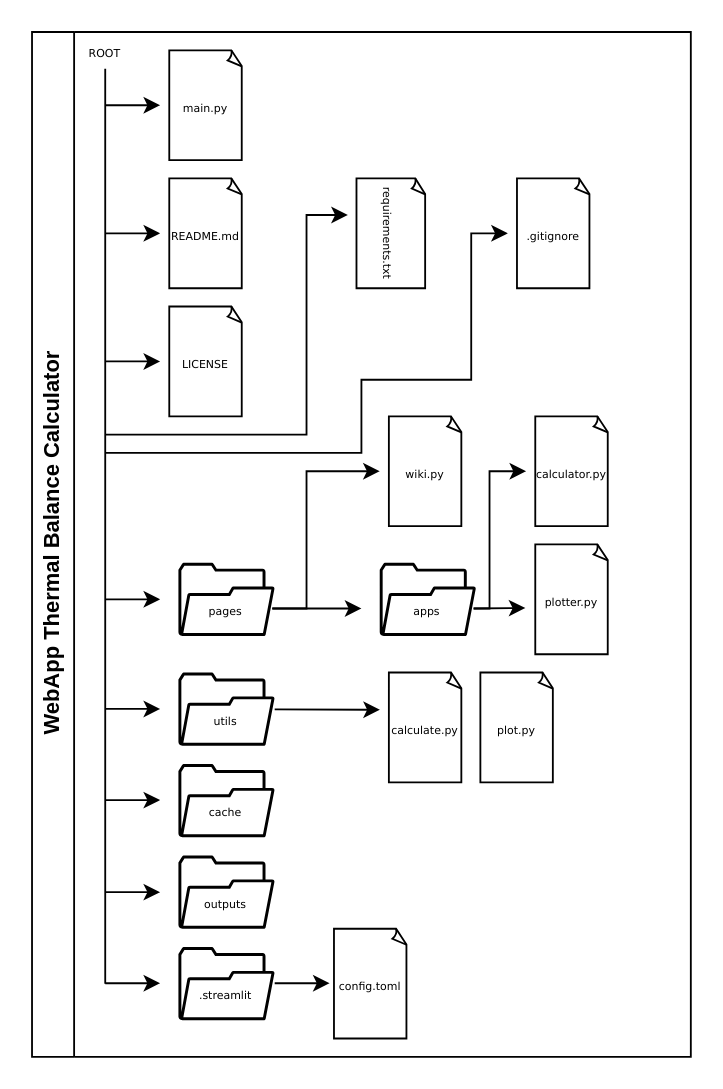
This is docs/Arquitetura_webapp_TBC.drawio from Zac-Milioli/Thermal-Balance-Calculator-APP, a draw.io file, before an edit. Source tidied: cells renumbered, new cells numbered last; positions are measured from the earlier drawing's top-left corner, leaving out a move shared by most shapes. Both pictures are drawn from the tidied source at 183%, with x=0, y=0 at pixel (31, 31).
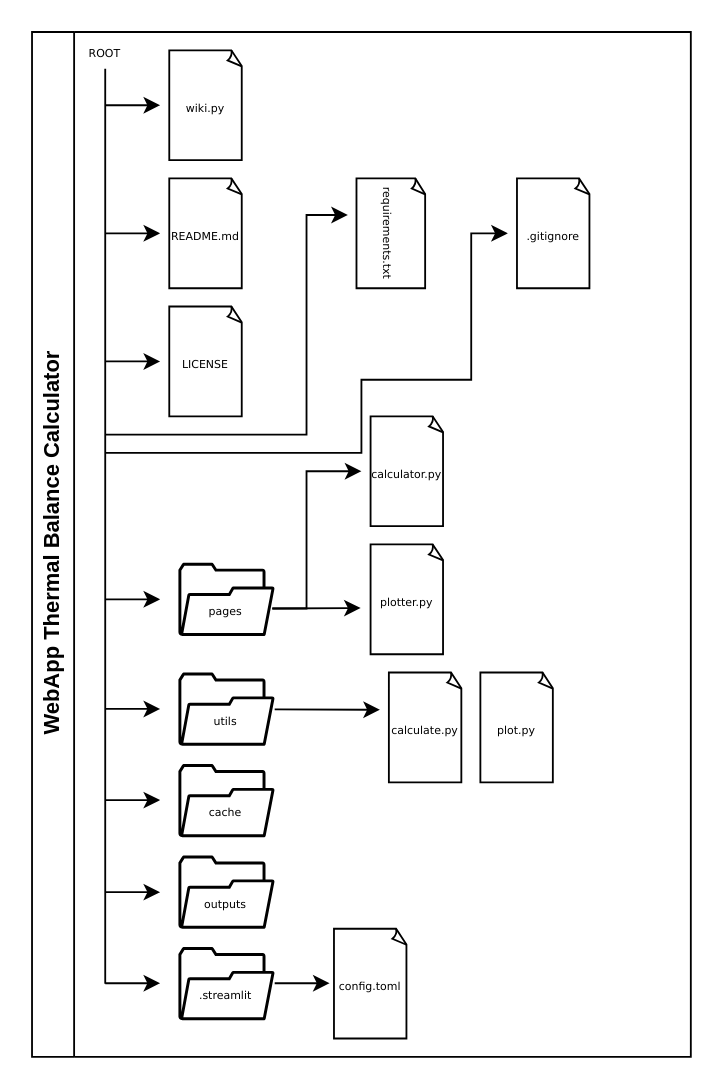
After the change.

The change refers to these unchanged cells:
```xml
<mxCell id="2" value="WebApp Thermal Balance Calculator" style="swimlane;horizontal=0;whiteSpace=wrap;html=1;" parent="1" vertex="1">
  <mxGeometry width="360" height="560" as="geometry" />
</mxCell>
<mxCell id="14" value="&lt;font style=&quot;font-size: 6px;&quot; face=&quot;Verdana&quot;&gt;pages&lt;/font&gt;" style="text;strokeColor=none;align=center;fillColor=none;html=1;verticalAlign=middle;whiteSpace=wrap;rounded=0;" parent="12" vertex="1">
  <mxGeometry x="1.3" y="10" width="50" height="30" as="geometry" />
</mxCell>
<mxCell id="24" style="group;" parent="2" vertex="1">
  <mxGeometry x="70" y="10" width="50" height="60" as="geometry" />
</mxCell>
<mxCell id="29" value="&lt;font face=&quot;Verdana&quot;&gt;&lt;span style=&quot;font-size: 6px;&quot;&gt;calculator.py&lt;/span&gt;&lt;/font&gt;" style="text;strokeColor=none;align=center;fillColor=none;html=1;verticalAlign=middle;whiteSpace=wrap;rounded=0;" parent="27" vertex="1">
  <mxGeometry y="15" width="50" height="30" as="geometry" />
</mxCell>
<mxCell id="32" value="&lt;font face=&quot;Verdana&quot;&gt;&lt;span style=&quot;font-size: 6px;&quot;&gt;plotter.py&lt;/span&gt;&lt;/font&gt;" style="text;strokeColor=none;align=center;fillColor=none;html=1;verticalAlign=middle;whiteSpace=wrap;rounded=0;" parent="30" vertex="1">
  <mxGeometry y="15" width="50" height="30" as="geometry" />
</mxCell>
```

Diff of the diagram source:
```diff
@@
-    <mxCell id="16" style="group;" parent="2" vertex="1">
-      <mxGeometry x="190" y="210" width="50" height="60" as="geometry" />
-    </mxCell>
-    <mxCell id="17" style="whiteSpace=wrap;html=1;shape=mxgraph.basic.document;" parent="16" vertex="1">
-      <mxGeometry x="5" width="40" height="60" as="geometry" />
-    </mxCell>
-    <mxCell id="18" value="&lt;font face=&quot;Verdana&quot;&gt;&lt;span style=&quot;font-size: 6px;&quot;&gt;wiki.py&lt;/span&gt;&lt;/font&gt;" style="text;strokeColor=none;align=center;fillColor=none;html=1;verticalAlign=middle;whiteSpace=wrap;rounded=0;" parent="16" vertex="1">
-      <mxGeometry y="15" width="50" height="30" as="geometry" />
-    </mxCell>
-    <mxCell id="19" style="edgeStyle=none;rounded=0;comic=0;jettySize=auto;html=1;exitX=1;exitY=0.5;exitDx=0;exitDy=0;entryX=0;entryY=0.5;entryDx=0;entryDy=0;shadow=0;strokeColor=default;align=center;verticalAlign=middle;fontFamily=Helvetica;fontSize=11;fontColor=default;labelBackgroundColor=default;startFill=0;endArrow=classic;endFill=1;flowAnimation=0;" parent="2" edge="1" source="14" target="18">
-      <mxGeometry relative="1" as="geometry">
-        <Array as="points">
-          <mxPoint x="150" y="315" />
-          <mxPoint x="150" y="240" />
-        </Array>
-      </mxGeometry>
-    </mxCell>
-    <mxCell id="20" style="group;" parent="2" vertex="1">
-      <mxGeometry x="190" y="290" width="52.6" height="40" as="geometry" />
-    </mxCell>
-    <mxCell id="21" style="sketch=0;shadow=0;dashed=0;html=1;strokeColor=none;fillColor=#000000;labelPosition=center;verticalLabelPosition=bottom;verticalAlign=top;align=center;shape=mxgraph.vvd.folder;fontFamily=Helvetica;fontSize=11;fontColor=default;labelBackgroundColor=default;" parent="20" vertex="1">
-      <mxGeometry width="52.6" height="40" as="geometry" />
-    </mxCell>
-    <mxCell id="22" value="&lt;font style=&quot;font-size: 6px;&quot; face=&quot;Verdana&quot;&gt;apps&lt;/font&gt;" style="text;strokeColor=none;align=center;fillColor=none;html=1;verticalAlign=middle;whiteSpace=wrap;rounded=0;" parent="20" vertex="1">
-      <mxGeometry x="1.3" y="10" width="50" height="30" as="geometry" />
-    </mxCell>
-    <mxCell id="23" style="edgeStyle=none;rounded=0;comic=0;jettySize=auto;html=1;exitX=1;exitY=0.5;exitDx=0;exitDy=0;shadow=0;strokeColor=default;align=center;verticalAlign=middle;fontFamily=Helvetica;fontSize=11;fontColor=default;labelBackgroundColor=default;startFill=0;endArrow=classic;endFill=1;flowAnimation=0;" parent="2" edge="1" source="14">
-      <mxGeometry relative="1" as="geometry">
-        <mxPoint x="180" y="315" as="targetPoint" />
-      </mxGeometry>
-    </mxCell>
@@
-    <mxCell id="26" value="&lt;font style=&quot;font-size: 6px;&quot; face=&quot;Verdana&quot;&gt;main.py&lt;/font&gt;" style="text;strokeColor=none;align=center;fillColor=none;html=1;verticalAlign=middle;whiteSpace=wrap;rounded=0;" parent="24" vertex="1">
+    <mxCell id="26" value="&lt;font style=&quot;font-size: 6px;&quot; face=&quot;Verdana&quot;&gt;wiki.py&lt;/font&gt;" style="text;strokeColor=none;align=center;fillColor=none;html=1;verticalAlign=middle;whiteSpace=wrap;rounded=0;" parent="24" vertex="1">
       <mxGeometry y="15" width="50" height="30" as="geometry" />
     </mxCell>
     <mxCell id="27" style="group;" parent="2" vertex="1">
-      <mxGeometry x="270" y="210" width="50" height="60" as="geometry" />
+      <mxGeometry x="180" y="210" width="50" height="60" as="geometry" />
     </mxCell>
@@
     <mxCell id="30" style="group;" parent="2" vertex="1">
-      <mxGeometry x="270" y="280" width="50" height="60" as="geometry" />
+      <mxGeometry x="180" y="280" width="50" height="60" as="geometry" />
     </mxCell>
@@
-    <mxCell id="33" style="edgeStyle=none;rounded=0;comic=0;jettySize=auto;html=1;exitX=1;exitY=0.5;exitDx=0;exitDy=0;entryX=-0.008;entryY=0.658;entryDx=0;entryDy=0;shadow=0;strokeColor=default;align=center;verticalAlign=middle;fontFamily=Helvetica;fontSize=11;fontColor=default;labelBackgroundColor=default;startFill=0;endArrow=classic;endFill=1;flowAnimation=0;entryPerimeter=0;" parent="2" edge="1" source="22" target="32">
+    <mxCell id="33" style="edgeStyle=none;rounded=0;comic=0;jettySize=auto;html=1;exitX=1;exitY=0.5;exitDx=0;exitDy=0;entryX=-0.008;entryY=0.658;entryDx=0;entryDy=0;shadow=0;strokeColor=default;align=center;verticalAlign=middle;fontFamily=Helvetica;fontSize=11;fontColor=default;labelBackgroundColor=default;startFill=0;endArrow=classic;endFill=1;flowAnimation=0;entryPerimeter=0;" parent="2" edge="1" source="14" target="32">
       <mxGeometry relative="1" as="geometry" />
     </mxCell>
-    <mxCell id="34" style="edgeStyle=none;rounded=0;comic=0;jettySize=auto;html=1;exitX=1;exitY=0.5;exitDx=0;exitDy=0;entryX=0;entryY=0.5;entryDx=0;entryDy=0;shadow=0;strokeColor=default;align=center;verticalAlign=middle;fontFamily=Helvetica;fontSize=11;fontColor=default;labelBackgroundColor=default;startFill=0;endArrow=classic;endFill=1;flowAnimation=0;" parent="2" edge="1" source="22" target="29">
-      <mxGeometry relative="1" as="geometry">
-        <Array as="points">
-          <mxPoint x="250" y="315" />
-          <mxPoint x="250" y="240" />
-        </Array>
-      </mxGeometry>
-    </mxCell>
@@
+    <mxCell id="72" style="endArrow=classic;html=1;rounded=0;exitX=1;exitY=0.5;exitDx=0;exitDy=0;entryX=0;entryY=0.5;entryDx=0;entryDy=0;" parent="2" edge="1" source="14" target="29">
+      <mxGeometry relative="1" as="geometry">
+        <Array as="points">
+          <mxPoint x="150" y="315" />
+          <mxPoint x="150" y="240" />
+        </Array>
+      </mxGeometry>
+    </mxCell>
```
